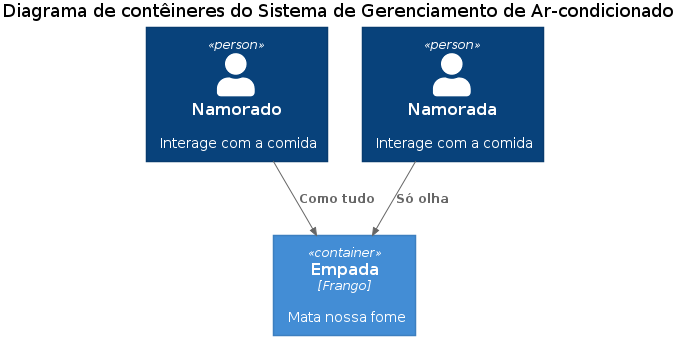
Above: out/C4_Container/C4_Elements.png in carmo-sousa/meuar (PlantUML), before the change.
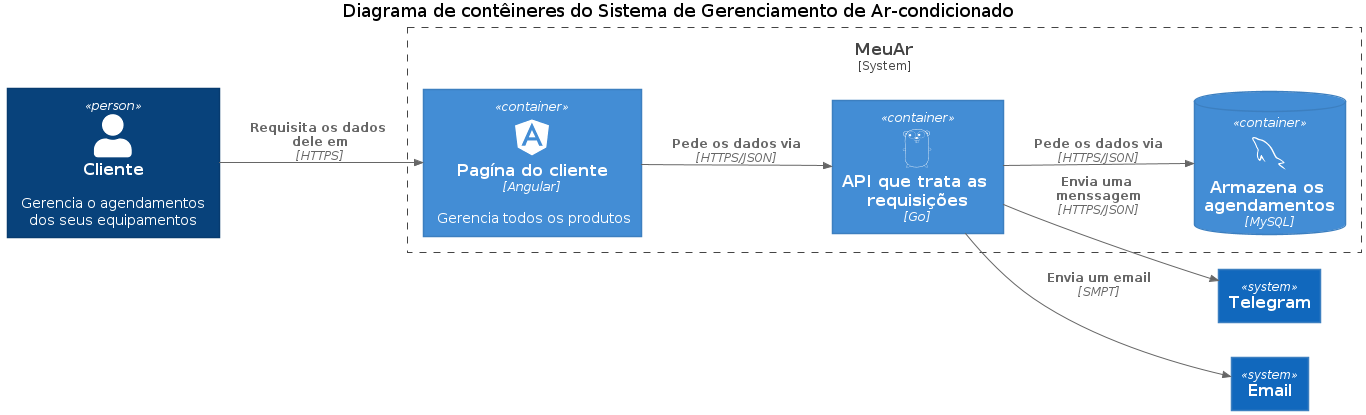
After the commit.

The edit, as a diff of the source:
```diff
@@ -1,12 +1,29 @@
 @startuml C4_Elements
 !include https://raw.githubusercontent.com/plantuml-stdlib/C4-PlantUML/master/C4_Container.puml
+!define DEVICONS https://raw.githubusercontent.com/tupadr3/plantuml-icon-font-sprites/master/devicons
+!define FONTAWESOME https://raw.githubusercontent.com/tupadr3/plantuml-icon-font-sprites/master/font-awesome-5
+!include DEVICONS/angular.puml
+!include DEVICONS/mysql.puml
+!include DEVICONS/go.puml
+
+LAYOUT_LEFT_RIGHT()
 
 title Diagrama de contêineres do Sistema de Gerenciamento de Ar-condicionado
 
-Person(eu, "Namorado", "Interage com a comida")
-Person(ela, "Namorada", "Interage com a comida")
-Container(comida, "Empada", "Frango", "Mata nossa fome")
+Person(cliente, "Cliente", "Gerencia o agendamentos dos seus equipamentos")
 
-Rel(eu, comida, "Como tudo")
-Rel(ela, comida, "Só olha")
+System_Boundary(MeuAr, 'MeuAr') {
+    Container(frontend, "Pagína do cliente", "Angular", "Gerencia todos os produtos", $sprite="angular")
+    ContainerDb(base_dados, "Armazena os agendamentos", "MySQL", $sprite="mysql")
+    Container(backend, "API que trata as requisições", "Go", $sprite="go")
+}
+
+System(telegram, "Telegram")
+System(email, "Email")
+
+Rel(cliente, frontend, "Requisita os dados dele em", "HTTPS")
+Rel(frontend, backend, "Pede os dados via", "HTTPS/JSON")
+Rel(backend, base_dados, "Pede os dados via", "HTTPS/JSON")
+Rel(backend, telegram, "Envia uma menssagem", "HTTPS/JSON")
+Rel(backend, email, "Envia um email", "SMPT")
 @enduml
```
